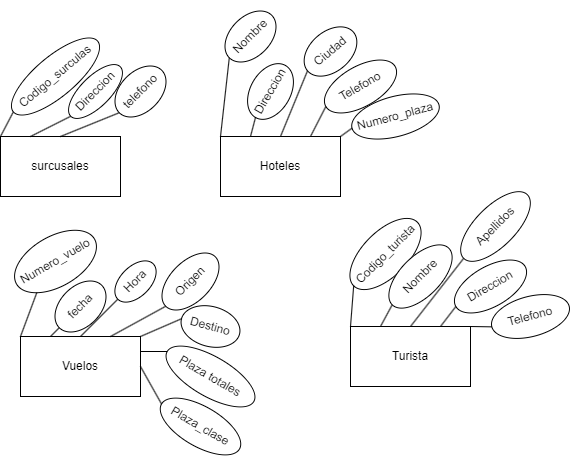
Joseman2000LR/Bae keeps this draw.io diagram as Tema2/Tarea2/Ejercicio3.drawio.png. Above is the earlier version. Source tidied: cells renumbered, new cells last; positions are measured from the earlier drawing's top-left corner, leaving out a move shared by most shapes.
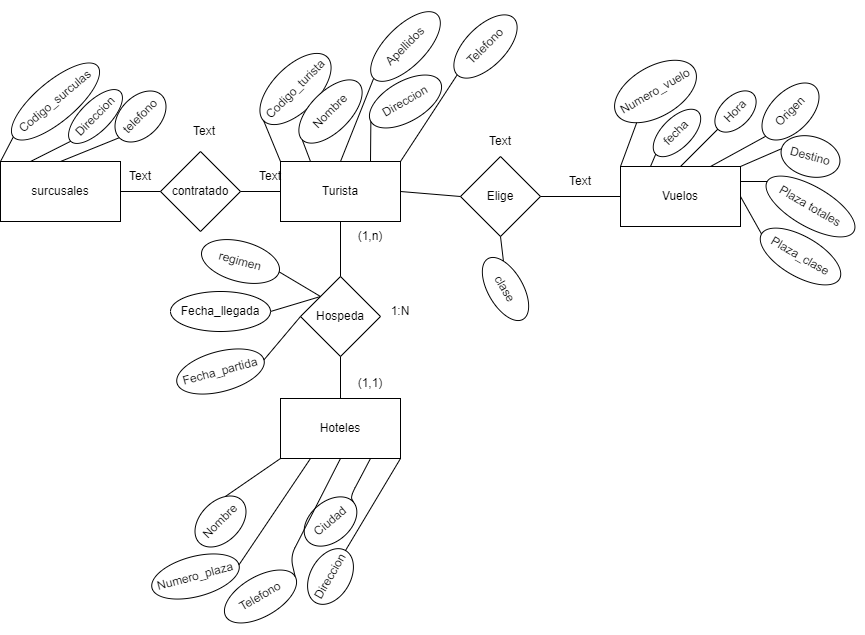
After the commit.

Commit message:
creacion de ejercicio 4y5 y cambio3

The edit, as a diff of the source:
```diff
@@ -3,76 +3,76 @@
     <mxCell id="0" />
     <mxCell id="1" parent="0" />
     <mxCell id="2" value="surcusales" style="rounded=0;whiteSpace=wrap;html=1;" parent="1" vertex="1">
-      <mxGeometry y="120" width="120" height="60" as="geometry" />
+      <mxGeometry x="-150" y="295" width="120" height="60" as="geometry" />
     </mxCell>
     <mxCell id="3" value="telefono" style="ellipse;whiteSpace=wrap;html=1;rotation=-45;" parent="1" vertex="1">
-      <mxGeometry x="110" y="55" width="60" height="40" as="geometry" />
+      <mxGeometry x="-40" y="230" width="60" height="40" as="geometry" />
     </mxCell>
     <mxCell id="4" value="Direccion" style="ellipse;whiteSpace=wrap;html=1;rotation=-45;" parent="1" vertex="1">
-      <mxGeometry x="60" y="60" width="70" height="30" as="geometry" />
+      <mxGeometry x="-90" y="235" width="70" height="30" as="geometry" />
     </mxCell>
     <mxCell id="5" value="Codigo_surculas" style="ellipse;whiteSpace=wrap;html=1;rotation=-40;" parent="1" vertex="1">
-      <mxGeometry y="40" width="110" height="40" as="geometry" />
+      <mxGeometry x="-150" y="215" width="110" height="40" as="geometry" />
     </mxCell>
     <mxCell id="6" value="Hoteles" style="rounded=0;whiteSpace=wrap;html=1;" parent="1" vertex="1">
-      <mxGeometry x="220" y="120" width="120" height="60" as="geometry" />
+      <mxGeometry x="130" y="532" width="120" height="60" as="geometry" />
     </mxCell>
     <mxCell id="7" value="Telefono" style="ellipse;whiteSpace=wrap;html=1;rotation=-30;" parent="1" vertex="1">
-      <mxGeometry x="320" y="50" width="80" height="40" as="geometry" />
+      <mxGeometry x="70" y="710" width="80" height="40" as="geometry" />
     </mxCell>
     <mxCell id="8" value="Ciudad" style="ellipse;whiteSpace=wrap;html=1;rotation=-40;" parent="1" vertex="1">
-      <mxGeometry x="300" y="15" width="60" height="40" as="geometry" />
+      <mxGeometry x="150" y="635" width="60" height="40" as="geometry" />
     </mxCell>
     <mxCell id="9" value="Direccion" style="ellipse;whiteSpace=wrap;html=1;rotation=-60;" parent="1" vertex="1">
-      <mxGeometry x="240" y="55" width="60" height="40" as="geometry" />
+      <mxGeometry x="150" y="690" width="60" height="40" as="geometry" />
     </mxCell>
     <mxCell id="10" value="Nombre" style="ellipse;whiteSpace=wrap;html=1;rotation=-45;" parent="1" vertex="1">
-      <mxGeometry x="220" width="60" height="40" as="geometry" />
+      <mxGeometry x="40" y="635" width="60" height="40" as="geometry" />
     </mxCell>
     <mxCell id="11" value="Numero_plaza" style="ellipse;whiteSpace=wrap;html=1;rotation=-15;" parent="1" vertex="1">
-      <mxGeometry x="350" y="80" width="90" height="40" as="geometry" />
+      <mxGeometry y="690" width="90" height="40" as="geometry" />
     </mxCell>
     <mxCell id="12" value="Vuelos" style="rounded=0;whiteSpace=wrap;html=1;" parent="1" vertex="1">
-      <mxGeometry x="20" y="320" width="120" height="60" as="geometry" />
+      <mxGeometry x="470" y="300" width="120" height="60" as="geometry" />
     </mxCell>
     <mxCell id="13" value="Origen" style="ellipse;whiteSpace=wrap;html=1;rotation=-45;" parent="1" vertex="1">
-      <mxGeometry x="155" y="245" width="70" height="40" as="geometry" />
+      <mxGeometry x="605" y="225" width="70" height="40" as="geometry" />
     </mxCell>
     <mxCell id="14" value="Hora" style="ellipse;whiteSpace=wrap;html=1;rotation=-45;" parent="1" vertex="1">
-      <mxGeometry x="110" y="250" width="50" height="30" as="geometry" />
+      <mxGeometry x="560" y="230" width="50" height="30" as="geometry" />
     </mxCell>
     <mxCell id="15" value="fecha" style="ellipse;whiteSpace=wrap;html=1;rotation=-45;" parent="1" vertex="1">
-      <mxGeometry x="50" y="270" width="60" height="40" as="geometry" />
+      <mxGeometry x="496.5" y="251.5" width="60" height="30" as="geometry" />
     </mxCell>
     <mxCell id="16" value="Numero_vuelo" style="ellipse;whiteSpace=wrap;html=1;rotation=-30;" parent="1" vertex="1">
-      <mxGeometry x="10" y="220" width="90" height="50" as="geometry" />
+      <mxGeometry x="460" y="200" width="90" height="50" as="geometry" />
     </mxCell>
     <mxCell id="17" value="Plaza totales" style="ellipse;whiteSpace=wrap;html=1;rotation=30;" parent="1" vertex="1">
-      <mxGeometry x="160" y="340" width="100" height="40" as="geometry" />
+      <mxGeometry x="610" y="320" width="100" height="40" as="geometry" />
     </mxCell>
     <mxCell id="18" value="Destino" style="ellipse;whiteSpace=wrap;html=1;rotation=15;" parent="1" vertex="1">
-      <mxGeometry x="180" y="290" width="60" height="40" as="geometry" />
+      <mxGeometry x="630" y="270" width="60" height="40" as="geometry" />
     </mxCell>
     <mxCell id="19" value="Plaza_clase" style="ellipse;whiteSpace=wrap;html=1;rotation=30;" parent="1" vertex="1">
-      <mxGeometry x="155" y="390" width="90" height="40" as="geometry" />
+      <mxGeometry x="605" y="370" width="90" height="40" as="geometry" />
     </mxCell>
     <mxCell id="20" value="Turista" style="rounded=0;whiteSpace=wrap;html=1;" parent="1" vertex="1">
-      <mxGeometry x="350" y="310" width="120" height="60" as="geometry" />
+      <mxGeometry x="130" y="295" width="120" height="60" as="geometry" />
     </mxCell>
     <mxCell id="21" value="Codigo_turista" style="ellipse;whiteSpace=wrap;html=1;rotation=-45;" parent="1" vertex="1">
-      <mxGeometry x="340" y="215" width="90" height="45" as="geometry" />
+      <mxGeometry x="100" y="200" width="90" height="45" as="geometry" />
     </mxCell>
     <mxCell id="22" value="Nombre" style="ellipse;whiteSpace=wrap;html=1;rotation=-45;" parent="1" vertex="1">
-      <mxGeometry x="380" y="240" width="80" height="40" as="geometry" />
+      <mxGeometry x="140" y="225" width="80" height="40" as="geometry" />
     </mxCell>
     <mxCell id="23" value="Apellidos" style="ellipse;whiteSpace=wrap;html=1;rotation=-45;" parent="1" vertex="1">
-      <mxGeometry x="450" y="190" width="90" height="40" as="geometry" />
+      <mxGeometry x="210" y="160" width="90" height="40" as="geometry" />
     </mxCell>
-    <mxCell id="24" value="Telefono" style="ellipse;whiteSpace=wrap;html=1;rotation=-15;" parent="1" vertex="1">
-      <mxGeometry x="490" y="280" width="80" height="40" as="geometry" />
+    <mxCell id="24" value="Telefono" style="ellipse;whiteSpace=wrap;html=1;rotation=-45;" parent="1" vertex="1">
+      <mxGeometry x="295" y="160" width="80" height="40" as="geometry" />
     </mxCell>
     <mxCell id="25" value="Direccion" style="ellipse;whiteSpace=wrap;html=1;rotation=-30;" parent="1" vertex="1">
-      <mxGeometry x="450" y="250" width="80" height="40" as="geometry" />
+      <mxGeometry x="215" y="215" width="80" height="40" as="geometry" />
     </mxCell>
     <mxCell id="26" style="endArrow=none;html=1;entryX=0;entryY=0.5;entryDx=0;entryDy=0;exitX=0.25;exitY=0;exitDx=0;exitDy=0;" parent="1" edge="1" source="20" target="22">
       <mxGeometry relative="1" as="geometry" />
@@ -80,19 +80,27 @@
     <mxCell id="27" style="endArrow=none;html=1;entryX=0;entryY=0.5;entryDx=0;entryDy=0;exitX=0;exitY=0;exitDx=0;exitDy=0;" parent="1" edge="1" source="20" target="21">
       <mxGeometry relative="1" as="geometry" />
     </mxCell>
-    <mxCell id="28" style="endArrow=none;html=1;entryX=0;entryY=0.5;entryDx=0;entryDy=0;exitX=1;exitY=0;exitDx=0;exitDy=0;" parent="1" edge="1" source="6" target="11">
+    <mxCell id="28" style="endArrow=none;html=1;entryX=1;entryY=0.5;entryDx=0;entryDy=0;exitX=0.25;exitY=1;exitDx=0;exitDy=0;" parent="1" edge="1" source="6" target="11">
       <mxGeometry relative="1" as="geometry" />
     </mxCell>
-    <mxCell id="29" style="endArrow=none;html=1;entryX=0;entryY=0.5;entryDx=0;entryDy=0;exitX=0.75;exitY=0;exitDx=0;exitDy=0;" parent="1" edge="1" source="6" target="7">
-      <mxGeometry relative="1" as="geometry" />
+    <mxCell id="29" style="endArrow=none;html=1;entryX=1;entryY=0.5;entryDx=0;entryDy=0;exitX=0.5;exitY=1;exitDx=0;exitDy=0;" parent="1" edge="1" source="6" target="7">
+      <mxGeometry relative="1" as="geometry">
+        <Array as="points">
+          <mxPoint x="140" y="690" />
+        </Array>
+      </mxGeometry>
     </mxCell>
-    <mxCell id="30" style="endArrow=none;html=1;entryX=0;entryY=0.5;entryDx=0;entryDy=0;exitX=0.5;exitY=0;exitDx=0;exitDy=0;" parent="1" edge="1" source="6" target="8">
-      <mxGeometry relative="1" as="geometry" />
+    <mxCell id="30" style="endArrow=none;html=1;entryX=1;entryY=0.5;entryDx=0;entryDy=0;exitX=0.75;exitY=1;exitDx=0;exitDy=0;" parent="1" edge="1" source="6" target="8">
+      <mxGeometry relative="1" as="geometry">
+        <Array as="points">
+          <mxPoint x="200" y="630" />
+        </Array>
+      </mxGeometry>
     </mxCell>
-    <mxCell id="31" style="endArrow=none;html=1;entryX=0;entryY=0.5;entryDx=0;entryDy=0;exitX=0.25;exitY=0;exitDx=0;exitDy=0;" parent="1" edge="1" source="6" target="9">
+    <mxCell id="31" style="endArrow=none;html=1;entryX=1;entryY=0.5;entryDx=0;entryDy=0;exitX=1;exitY=1;exitDx=0;exitDy=0;" parent="1" edge="1" source="6" target="9">
       <mxGeometry relative="1" as="geometry" />
     </mxCell>
-    <mxCell id="32" style="endArrow=none;html=1;entryX=0;entryY=0.5;entryDx=0;entryDy=0;exitX=0;exitY=0;exitDx=0;exitDy=0;" parent="1" edge="1" source="6" target="10">
+    <mxCell id="32" style="endArrow=none;html=1;entryX=0;entryY=1;entryDx=0;entryDy=0;exitX=1;exitY=0;exitDx=0;exitDy=0;" parent="1" edge="1" source="10" target="6">
       <mxGeometry relative="1" as="geometry" />
     </mxCell>
     <mxCell id="33" style="endArrow=none;html=1;entryX=0;entryY=0.5;entryDx=0;entryDy=0;exitX=0.5;exitY=0;exitDx=0;exitDy=0;" parent="1" edge="1" source="2" target="3">
@@ -134,5 +142,80 @@
     <mxCell id="45" style="endArrow=none;html=1;entryX=0;entryY=0.5;entryDx=0;entryDy=0;exitX=1;exitY=0.5;exitDx=0;exitDy=0;" parent="1" edge="1" source="12" target="19">
       <mxGeometry relative="1" as="geometry" />
     </mxCell>
+    <mxCell id="46" value="contratado" style="rhombus;whiteSpace=wrap;html=1;" parent="1" vertex="1">
+      <mxGeometry x="10" y="285" width="80" height="80" as="geometry" />
+    </mxCell>
+    <mxCell id="47" style="endArrow=none;html=1;entryX=0;entryY=0.5;entryDx=0;entryDy=0;exitX=1;exitY=0.5;exitDx=0;exitDy=0;" parent="1" edge="1" source="2" target="46">
+      <mxGeometry relative="1" as="geometry" />
+    </mxCell>
+    <mxCell id="48" style="endArrow=none;html=1;entryX=0;entryY=0.5;entryDx=0;entryDy=0;exitX=1;exitY=0.5;exitDx=0;exitDy=0;" parent="1" edge="1" source="46" target="20">
+      <mxGeometry relative="1" as="geometry" />
+    </mxCell>
+    <mxCell id="49" value="Elige" style="rhombus;whiteSpace=wrap;html=1;" parent="1" vertex="1">
+      <mxGeometry x="310" y="290" width="80" height="80" as="geometry" />
+    </mxCell>
+    <mxCell id="50" style="endArrow=none;html=1;entryX=0;entryY=0.5;entryDx=0;entryDy=0;exitX=1;exitY=0.5;exitDx=0;exitDy=0;" parent="1" edge="1" source="20" target="49">
+      <mxGeometry relative="1" as="geometry" />
+    </mxCell>
+    <mxCell id="51" style="endArrow=none;html=1;entryX=0;entryY=0.5;entryDx=0;entryDy=0;exitX=1;exitY=0.5;exitDx=0;exitDy=0;" parent="1" edge="1" source="49" target="12">
+      <mxGeometry relative="1" as="geometry" />
+    </mxCell>
+    <mxCell id="52" value="clase" style="ellipse;whiteSpace=wrap;html=1;rotation=60;" parent="1" vertex="1">
+      <mxGeometry x="320" y="405" width="70" height="35" as="geometry" />
+    </mxCell>
+    <mxCell id="53" style="endArrow=none;html=1;entryX=0;entryY=0;entryDx=0;entryDy=0;exitX=0.5;exitY=1;exitDx=0;exitDy=0;" parent="1" edge="1" source="49" target="52">
+      <mxGeometry relative="1" as="geometry" />
+    </mxCell>
+    <mxCell id="54" value="Hospeda" style="rhombus;whiteSpace=wrap;html=1;" parent="1" vertex="1">
+      <mxGeometry x="150" y="410" width="80" height="80" as="geometry" />
+    </mxCell>
+    <mxCell id="55" style="endArrow=none;html=1;entryX=0.5;entryY=1;entryDx=0;entryDy=0;exitX=0.5;exitY=0;exitDx=0;exitDy=0;" parent="1" edge="1" source="6" target="54">
+      <mxGeometry relative="1" as="geometry" />
+    </mxCell>
+    <mxCell id="56" style="endArrow=none;html=1;entryX=0.5;entryY=1;entryDx=0;entryDy=0;exitX=0.5;exitY=0;exitDx=0;exitDy=0;" parent="1" edge="1" source="54" target="20">
+      <mxGeometry relative="1" as="geometry" />
+    </mxCell>
+    <mxCell id="57" value="Fecha_llegada" style="ellipse;whiteSpace=wrap;html=1;" parent="1" vertex="1">
+      <mxGeometry x="20" y="425" width="100" height="40" as="geometry" />
+    </mxCell>
+    <mxCell id="58" value="regimen" style="ellipse;whiteSpace=wrap;html=1;rotation=15;" parent="1" vertex="1">
+      <mxGeometry x="50" y="375" width="80" height="40" as="geometry" />
+    </mxCell>
+    <mxCell id="59" value="Fecha_partida" style="ellipse;whiteSpace=wrap;html=1;rotation=-15;" parent="1" vertex="1">
+      <mxGeometry x="25" y="485" width="90" height="40" as="geometry" />
+    </mxCell>
+    <mxCell id="60" style="endArrow=none;html=1;exitX=1;exitY=0.5;exitDx=0;exitDy=0;entryX=0;entryY=0;entryDx=0;entryDy=0;" parent="1" edge="1" source="57" target="54">
+      <mxGeometry relative="1" as="geometry" />
+    </mxCell>
+    <mxCell id="61" style="endArrow=none;html=1;entryX=0;entryY=0.5;entryDx=0;entryDy=0;exitX=1;exitY=0.5;exitDx=0;exitDy=0;" parent="1" edge="1" source="59" target="54">
+      <mxGeometry relative="1" as="geometry" />
+    </mxCell>
+    <mxCell id="62" style="endArrow=none;html=1;entryX=1;entryY=0.5;entryDx=0;entryDy=0;exitX=0;exitY=0;exitDx=0;exitDy=0;" parent="1" edge="1" source="54" target="58">
+      <mxGeometry relative="1" as="geometry" />
+    </mxCell>
+    <mxCell id="63" value="Text" style="text;html=1;strokeColor=none;fillColor=none;align=center;verticalAlign=middle;whiteSpace=wrap;rounded=0;" parent="1" vertex="1">
+      <mxGeometry x="-40" y="295" width="60" height="30" as="geometry" />
+    </mxCell>
+    <mxCell id="64" value="Text" style="text;html=1;strokeColor=none;fillColor=none;align=center;verticalAlign=middle;whiteSpace=wrap;rounded=0;" parent="1" vertex="1">
+      <mxGeometry x="24" y="250" width="60" height="30" as="geometry" />
+    </mxCell>
+    <mxCell id="65" value="Text" style="text;html=1;strokeColor=none;fillColor=none;align=center;verticalAlign=middle;whiteSpace=wrap;rounded=0;" parent="1" vertex="1">
+      <mxGeometry x="90" y="295" width="60" height="30" as="geometry" />
+    </mxCell>
+    <mxCell id="66" value="(1,n)" style="text;html=1;strokeColor=none;fillColor=none;align=center;verticalAlign=middle;whiteSpace=wrap;rounded=0;" parent="1" vertex="1">
+      <mxGeometry x="190" y="355" width="60" height="30" as="geometry" />
+    </mxCell>
+    <mxCell id="67" value="1:N" style="text;html=1;strokeColor=none;fillColor=none;align=center;verticalAlign=middle;whiteSpace=wrap;rounded=0;" parent="1" vertex="1">
+      <mxGeometry x="220" y="430" width="60" height="30" as="geometry" />
+    </mxCell>
+    <mxCell id="68" value="(1,1)" style="text;html=1;strokeColor=none;fillColor=none;align=center;verticalAlign=middle;whiteSpace=wrap;rounded=0;" parent="1" vertex="1">
+      <mxGeometry x="190" y="502" width="60" height="30" as="geometry" />
+    </mxCell>
+    <mxCell id="69" value="Text" style="text;html=1;strokeColor=none;fillColor=none;align=center;verticalAlign=middle;whiteSpace=wrap;rounded=0;" parent="1" vertex="1">
+      <mxGeometry x="400" y="300" width="60" height="30" as="geometry" />
+    </mxCell>
+    <mxCell id="70" value="Text" style="text;html=1;strokeColor=none;fillColor=none;align=center;verticalAlign=middle;whiteSpace=wrap;rounded=0;" parent="1" vertex="1">
+      <mxGeometry x="320" y="260" width="60" height="30" as="geometry" />
+    </mxCell>
   </root>
 </mxGraphModel>
```
